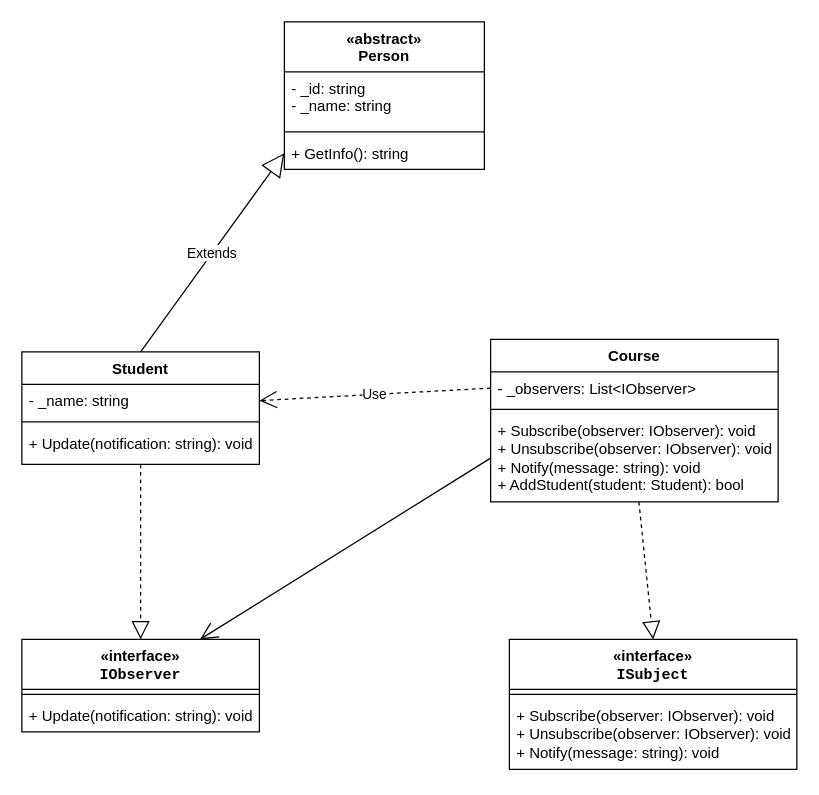
This is Untitled Diagram.drawio from ngocyen06/OOP_QL_Trung_tam_Tieng_Anh, a draw.io file, before an edit. Source tidied: cells renumbered, new cells numbered last; positions are measured from the earlier drawing's top-left corner, leaving out a move shared by most shapes. Both pictures are drawn from the tidied source at 125%, with x=0, y=0 at pixel (21, 21).
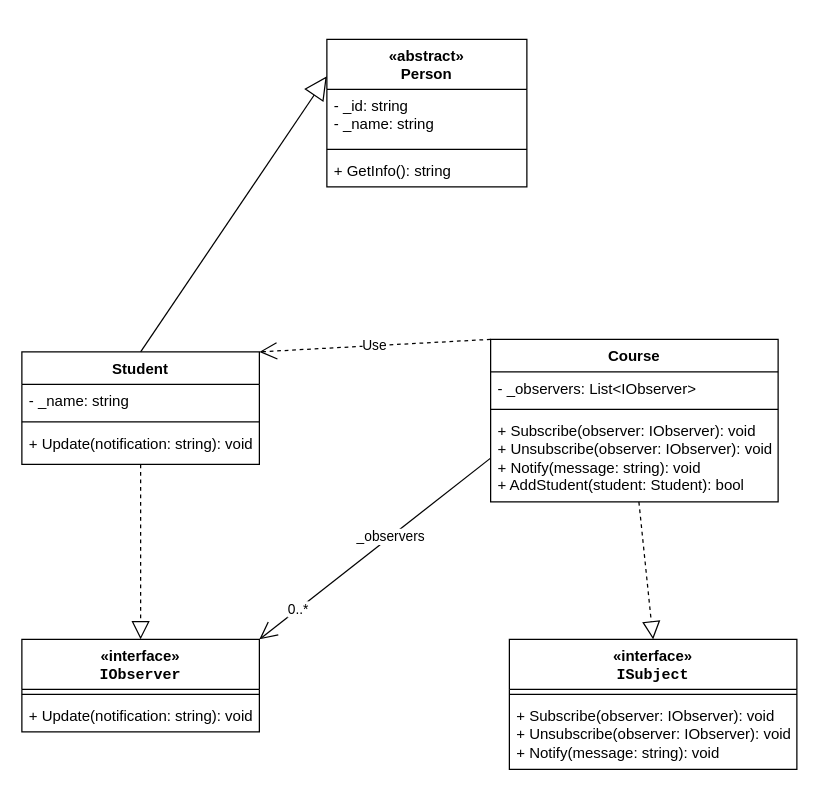
The same diagram, later.

The change refers to these unchanged cells:
```xml
<mxCell id="5" value="+ GetInfo(): string" style="text;strokeColor=none;fillColor=none;align=left;verticalAlign=top;spacingLeft=4;spacingRight=4;overflow=hidden;points=[[0,0.5],[1,0.5]];portConstraint=eastwest;whiteSpace=wrap;html=1;" parent="2" vertex="1">
  <mxGeometry y="92" width="160" height="26" as="geometry" />
</mxCell>
<mxCell id="6" value="Course" style="swimlane;fontStyle=1;align=center;verticalAlign=top;horizontal=1;startSize=26;whiteSpace=wrap;html=1;" parent="1" vertex="1">
  <mxGeometry x="375" y="254" width="230" height="130" as="geometry" />
</mxCell>
<mxCell id="7" value="- _observers: List&amp;lt;IObserver&amp;gt;" style="text;strokeColor=none;fillColor=none;align=left;verticalAlign=top;spacingLeft=4;spacingRight=4;overflow=hidden;points=[[0,0.5],[1,0.5]];portConstraint=eastwest;whiteSpace=wrap;html=1;" parent="6" vertex="1">
  <mxGeometry y="26" width="230" height="26" as="geometry" />
</mxCell>
<mxCell id="9" value="&lt;div&gt;+ Subscribe(observer: IObserver): void&lt;/div&gt;&lt;div&gt;+ Unsubscribe(observer: IObserver): void&lt;/div&gt;&lt;div&gt;+ Notify(message: string): void&lt;/div&gt;&lt;div&gt;+ AddStudent(student: Student): bool&lt;/div&gt;" style="text;strokeColor=none;fillColor=none;align=left;verticalAlign=top;spacingLeft=4;spacingRight=4;overflow=hidden;points=[[0,0.5],[1,0.5]];portConstraint=eastwest;whiteSpace=wrap;html=1;" parent="6" vertex="1">
  <mxGeometry y="60" width="230" height="70" as="geometry" />
</mxCell>
<mxCell id="10" value="«interface»&lt;div&gt;&lt;code class=&quot;bg-text-200/5 border border-0.5 border-border-300 text-danger-000 whitespace-pre-wrap rounded-[0.4rem] px-1 py-px text-[0.9rem]&quot;&gt;IObserver&lt;/code&gt;&lt;/div&gt;" style="swimlane;fontStyle=1;align=center;verticalAlign=top;horizontal=1;startSize=40;whiteSpace=wrap;html=1;" parent="1" vertex="1">
  <mxGeometry y="494" width="190" height="74" as="geometry" />
</mxCell>
<mxCell id="16" value="Student" style="swimlane;fontStyle=1;align=center;verticalAlign=top;horizontal=1;startSize=26;whiteSpace=wrap;html=1;" parent="1" vertex="1">
  <mxGeometry y="264" width="190" height="90" as="geometry" />
</mxCell>
<mxCell id="17" value="- _name: string" style="text;strokeColor=none;fillColor=none;align=left;verticalAlign=top;spacingLeft=4;spacingRight=4;overflow=hidden;points=[[0,0.5],[1,0.5]];portConstraint=eastwest;whiteSpace=wrap;html=1;" parent="16" vertex="1">
  <mxGeometry y="26" width="190" height="26" as="geometry" />
</mxCell>
```

What changed in the source:
```diff
@@
     <mxCell id="2" value="«abstract»&lt;div&gt;Person&lt;/div&gt;" style="swimlane;fontStyle=1;align=center;verticalAlign=top;horizontal=1;startSize=40;whiteSpace=wrap;html=1;" parent="1" vertex="1">
-      <mxGeometry x="210" width="160" height="118" as="geometry" />
+      <mxGeometry x="244" y="14" width="160" height="118" as="geometry" />
     </mxCell>
@@
-    <mxCell id="22" value="Extends" style="endArrow=block;endSize=16;endFill=0;html=1;rounded=0;exitX=0.5;exitY=0;exitDx=0;exitDy=0;entryX=0;entryY=0.5;entryDx=0;entryDy=0;" parent="1" edge="1" source="16" target="5">
+    <mxCell id="22" style="endArrow=block;endSize=16;endFill=0;html=1;rounded=0;exitX=0.5;exitY=0;exitDx=0;exitDy=0;entryX=0;entryY=0.25;entryDx=0;entryDy=0;" parent="1" edge="1" source="16" target="2">
       <mxGeometry relative="1" as="geometry" />
     </mxCell>
-    <mxCell id="23" value="Use" style="endArrow=open;endSize=12;dashed=1;html=1;rounded=0;entryX=1;entryY=0.5;entryDx=0;entryDy=0;exitX=0;exitY=0.5;exitDx=0;exitDy=0;" parent="1" edge="1" source="7" target="17">
+    <mxCell id="23" value="Use" style="endArrow=open;endSize=12;dashed=1;html=1;rounded=0;entryX=1;entryY=0;entryDx=0;entryDy=0;exitX=0;exitY=0;exitDx=0;exitDy=0;" parent="1" edge="1" source="6" target="16">
       <mxGeometry relative="1" as="geometry" />
     </mxCell>
-    <mxCell id="24" style="endArrow=open;endFill=1;endSize=12;html=1;rounded=0;exitX=0;exitY=0.5;exitDx=0;exitDy=0;entryX=0.75;entryY=0;entryDx=0;entryDy=0;" parent="1" edge="1" source="9" target="10">
+    <mxCell id="24" style="endArrow=open;endFill=1;endSize=12;html=1;rounded=0;exitX=0;exitY=0.5;exitDx=0;exitDy=0;entryX=1;entryY=0;entryDx=0;entryDy=0;" parent="1" edge="1" source="9" target="10">
       <mxGeometry relative="1" as="geometry" />
     </mxCell>
+    <mxCell id="25" value="_observers" style="edgeLabel;html=1;align=center;verticalAlign=middle;" parent="24" vertex="1">
+      <mxGeometry x="-0.13" relative="1" as="geometry" />
+    </mxCell>
+    <mxCell id="26" value="0..*" style="edgeLabel;html=1;align=center;verticalAlign=middle;" parent="24" vertex="1">
+      <mxGeometry x="0.67" y="-1" relative="1" as="geometry" />
+    </mxCell>
```
